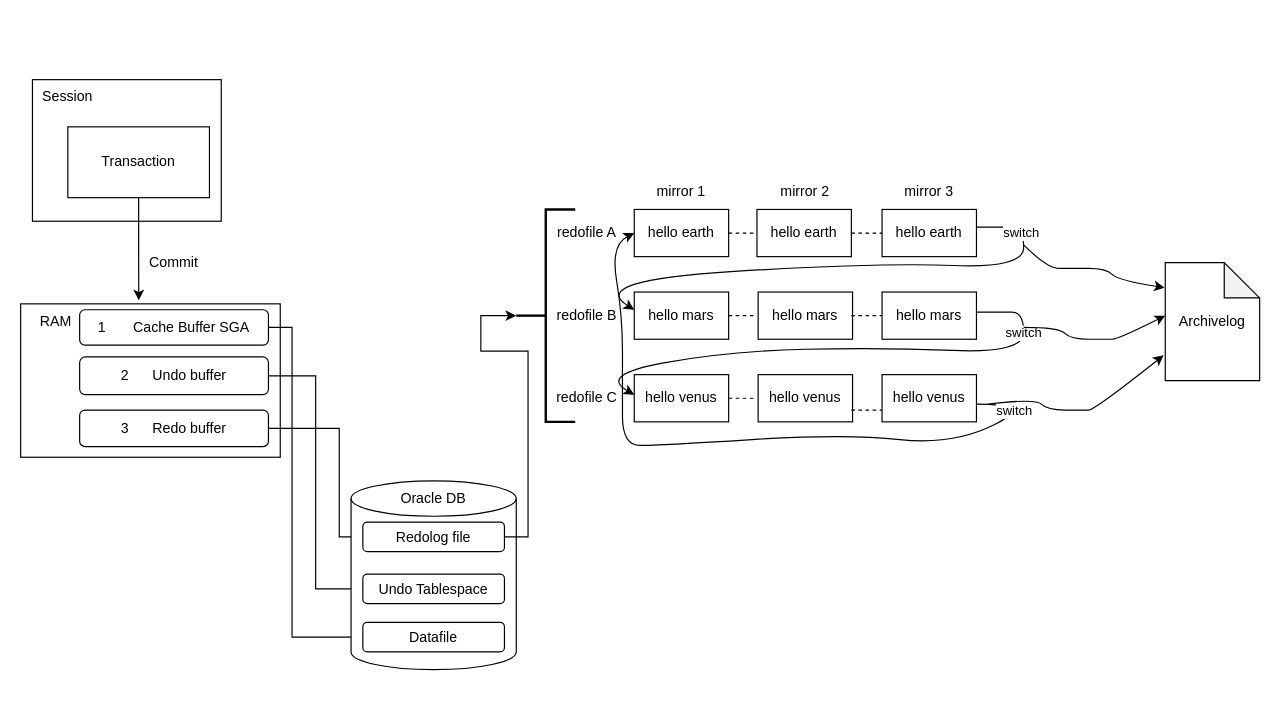
Above: AfterCommit_ORDB.drawio in Victor-Danilov/partech-internship (draw.io), before the change. Source tidied: cells renumbered, new cells numbered last; positions are measured from the earlier drawing's top-left corner, leaving out a move shared by most shapes. Both pictures are drawn from the tidied source at 118%, with x=0, y=0 at pixel (20, 79).
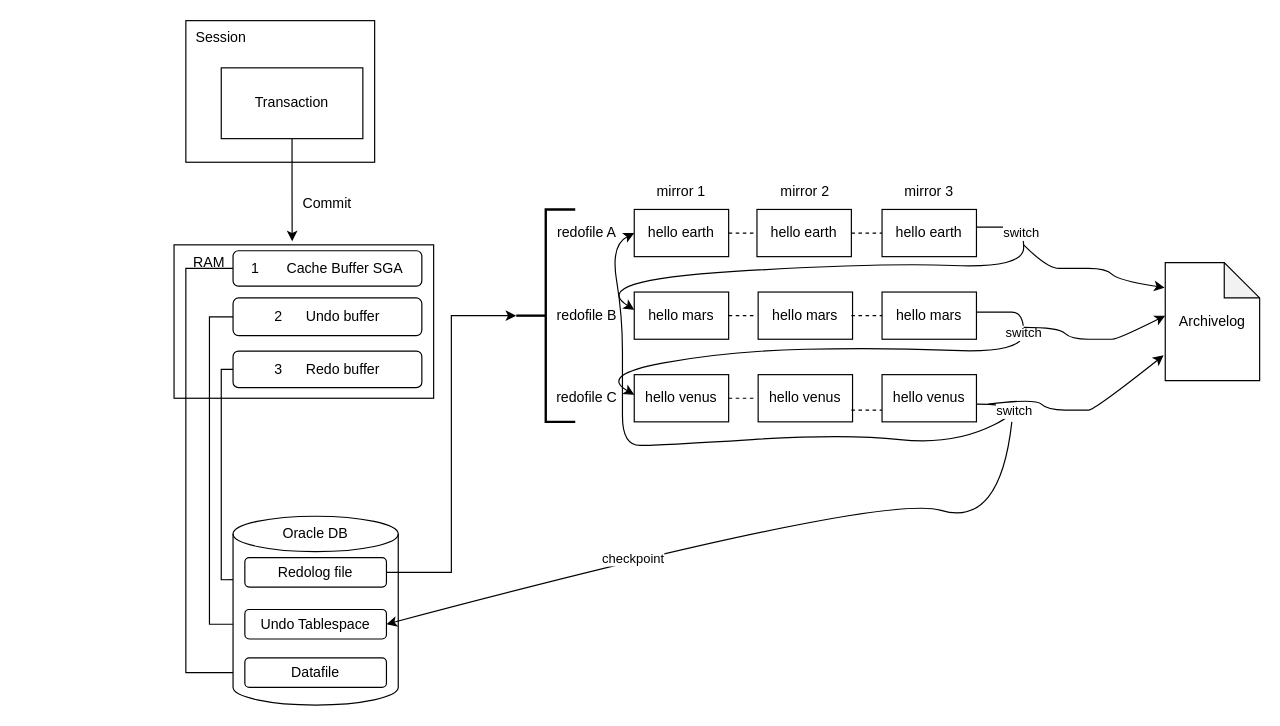
The same page after the edit.

The change refers to these unchanged cells:
```xml
<mxCell id="20" style="strokeWidth=2;html=1;shape=mxgraph.flowchart.annotation_2;align=left;labelPosition=right;" parent="1" vertex="1">
  <mxGeometry x="420" y="110" width="50" height="180" as="geometry" />
</mxCell>
```

The edit, as a diff of the source:
```diff
@@
     <mxCell id="2" style="rounded=0;whiteSpace=wrap;html=1;" parent="1" vertex="1">
-      <mxGeometry x="10" width="160" height="120" as="geometry" />
+      <mxGeometry x="140" y="-50" width="160" height="120" as="geometry" />
     </mxCell>
     <mxCell id="3" value="Session" style="text;html=1;align=center;verticalAlign=middle;whiteSpace=wrap;rounded=0;" parent="1" vertex="1">
-      <mxGeometry x="10" width="60" height="30" as="geometry" />
+      <mxGeometry x="140" y="-50" width="60" height="30" as="geometry" />
     </mxCell>
     <mxCell id="4" value="Transaction" style="rounded=0;whiteSpace=wrap;html=1;" parent="1" vertex="1">
-      <mxGeometry x="40" y="40" width="120" height="60" as="geometry" />
+      <mxGeometry x="170" y="-10" width="120" height="60" as="geometry" />
     </mxCell>
     <mxCell id="5" style="whiteSpace=wrap;html=1;rounded=0;" parent="1" vertex="1">
-      <mxGeometry y="190" width="220" height="130" as="geometry" />
+      <mxGeometry x="130" y="140" width="220" height="130" as="geometry" />
     </mxCell>
     <mxCell id="6" value="Commit" style="text;html=1;align=center;verticalAlign=middle;whiteSpace=wrap;rounded=0;" parent="1" vertex="1">
-      <mxGeometry x="100" y="140" width="60" height="30" as="geometry" />
+      <mxGeometry x="230" y="90" width="60" height="30" as="geometry" />
     </mxCell>
     <mxCell id="7" value="RAM" style="text;html=1;align=center;verticalAlign=middle;whiteSpace=wrap;rounded=0;" parent="1" vertex="1">
-      <mxGeometry y="190" width="60" height="30" as="geometry" />
+      <mxGeometry x="130" y="140" width="60" height="30" as="geometry" />
     </mxCell>
-    <mxCell id="8" style="edgeStyle=orthogonalEdgeStyle;rounded=0;jettySize=auto;html=1;exitX=1;exitY=0.5;exitDx=0;exitDy=0;entryX=0;entryY=0.5;entryDx=0;entryDy=0;" parent="1" edge="1" source="9" target="17">
+    <mxCell id="8" style="edgeStyle=orthogonalEdgeStyle;rounded=0;jettySize=auto;html=1;exitX=0;exitY=0.5;exitDx=0;exitDy=0;entryX=0;entryY=0.5;entryDx=0;entryDy=0;" parent="1" edge="1" source="9" target="17">
       <mxGeometry relative="1" as="geometry">
         <Array as="points">
-          <mxPoint x="230" y="210" />
-          <mxPoint x="230" y="473" />
+          <mxPoint x="140" y="160" />
+          <mxPoint x="140" y="503" />
         </Array>
       </mxGeometry>
     </mxCell>
     <mxCell id="9" value="1&lt;span style=&quot;white-space: pre;&quot;&gt;&#9;&lt;/span&gt; Cache Buffer SGA" style="rounded=1;whiteSpace=wrap;html=1;" parent="1" vertex="1">
-      <mxGeometry x="50" y="195" width="160" height="30" as="geometry" />
+      <mxGeometry x="180" y="145" width="160" height="30" as="geometry" />
     </mxCell>
-    <mxCell id="10" style="edgeStyle=orthogonalEdgeStyle;rounded=0;jettySize=auto;html=1;exitX=1;exitY=0.5;exitDx=0;exitDy=0;entryX=0;entryY=0.5;entryDx=0;entryDy=0;" parent="1" edge="1" source="11" target="16">
+    <mxCell id="10" style="edgeStyle=orthogonalEdgeStyle;rounded=0;jettySize=auto;html=1;exitX=0;exitY=0.5;exitDx=0;exitDy=0;entryX=0;entryY=0.5;entryDx=0;entryDy=0;" parent="1" edge="1" source="11" target="16">
       <mxGeometry relative="1" as="geometry" />
     </mxCell>
     <mxCell id="11" value="2&lt;span style=&quot;white-space: pre;&quot;&gt;&#9;&lt;/span&gt;Undo buffer" style="rounded=1;whiteSpace=wrap;html=1;" parent="1" vertex="1">
-      <mxGeometry x="50" y="235" width="160" height="32" as="geometry" />
+      <mxGeometry x="180" y="185" width="160" height="32" as="geometry" />
     </mxCell>
-    <mxCell id="12" style="edgeStyle=orthogonalEdgeStyle;rounded=0;jettySize=auto;html=1;exitX=1;exitY=0.5;exitDx=0;exitDy=0;entryX=0;entryY=0.5;entryDx=0;entryDy=0;" parent="1" edge="1" source="13" target="15">
+    <mxCell id="12" style="edgeStyle=orthogonalEdgeStyle;rounded=0;jettySize=auto;html=1;exitX=0;exitY=0.5;exitDx=0;exitDy=0;entryX=0;entryY=0.75;entryDx=0;entryDy=0;" parent="1" edge="1" source="13" target="15">
       <mxGeometry relative="1" as="geometry">
         <Array as="points">
-          <mxPoint x="270" y="296" />
-          <mxPoint x="270" y="388" />
+          <mxPoint x="170" y="246" />
+          <mxPoint x="170" y="424" />
         </Array>
       </mxGeometry>
     </mxCell>
     <mxCell id="13" value="3 &lt;span style=&quot;white-space: pre;&quot;&gt;&#9;&lt;/span&gt;Redo buffer" style="rounded=1;whiteSpace=wrap;html=1;" parent="1" vertex="1">
-      <mxGeometry x="50" y="280" width="160" height="31" as="geometry" />
+      <mxGeometry x="180" y="230" width="160" height="31" as="geometry" />
     </mxCell>
     <mxCell id="14" style="shape=cylinder3;whiteSpace=wrap;html=1;boundedLbl=1;backgroundOutline=1;size=15;" parent="1" vertex="1">
-      <mxGeometry x="280" y="340" width="140" height="160" as="geometry" />
+      <mxGeometry x="180" y="370" width="140" height="160" as="geometry" />
     </mxCell>
     <mxCell id="15" value="Redolog file" style="rounded=1;whiteSpace=wrap;html=1;" parent="1" vertex="1">
-      <mxGeometry x="290" y="375" width="120" height="25" as="geometry" />
+      <mxGeometry x="190" y="405" width="120" height="25" as="geometry" />
     </mxCell>
     <mxCell id="16" value="Undo Tablespace" style="rounded=1;whiteSpace=wrap;html=1;" parent="1" vertex="1">
-      <mxGeometry x="290" y="419" width="120" height="25" as="geometry" />
+      <mxGeometry x="190" y="449" width="120" height="25" as="geometry" />
     </mxCell>
     <mxCell id="17" value="Datafile" style="rounded=1;whiteSpace=wrap;html=1;" parent="1" vertex="1">
-      <mxGeometry x="290" y="460" width="120" height="25" as="geometry" />
+      <mxGeometry x="190" y="490" width="120" height="25" as="geometry" />
     </mxCell>
     <mxCell id="18" value="Oracle DB" style="text;html=1;align=center;verticalAlign=middle;whiteSpace=wrap;rounded=0;" parent="1" vertex="1">
-      <mxGeometry x="320" y="340" width="60" height="30" as="geometry" />
+      <mxGeometry x="220" y="370" width="60" height="30" as="geometry" />
     </mxCell>
@@
-    <mxCell id="34" style="edgeStyle=orthogonalEdgeStyle;rounded=0;jettySize=auto;html=1;exitX=1;exitY=0.5;exitDx=0;exitDy=0;entryX=0;entryY=0.5;entryDx=0;entryDy=0;entryPerimeter=0;" parent="1" edge="1" source="15" target="20">
-      <mxGeometry relative="1" as="geometry">
-        <Array as="points">
-          <mxPoint x="430" y="388" />
-          <mxPoint x="430" y="230" />
-          <mxPoint x="390" y="230" />
-          <mxPoint x="390" y="200" />
-        </Array>
-      </mxGeometry>
-    </mxCell>
@@
+    <mxCell id="54" style="curved=1;endArrow=classic;html=1;rounded=0;entryX=1;entryY=0.5;entryDx=0;entryDy=0;" parent="1" edge="1" target="16">
+      <mxGeometry relative="1" as="geometry">
+        <mxPoint x="840" y="290" as="sourcePoint" />
+        <Array as="points">
+          <mxPoint x="830" y="380" />
+          <mxPoint x="730" y="350" />
+        </Array>
+      </mxGeometry>
+    </mxCell>
+    <mxCell id="55" value="&lt;div&gt;checkpoint&lt;/div&gt;" style="edgeLabel;html=1;align=center;verticalAlign=middle;" parent="54" vertex="1">
+      <mxGeometry x="0.07" y="21" relative="1" as="geometry">
+        <mxPoint x="-80" y="-1" as="offset" />
+      </mxGeometry>
+    </mxCell>
+    <mxCell id="34" style="edgeStyle=orthogonalEdgeStyle;rounded=0;jettySize=auto;html=1;exitX=1;exitY=0.5;exitDx=0;exitDy=0;entryX=0;entryY=0.5;entryDx=0;entryDy=0;entryPerimeter=0;" parent="1" edge="1" source="15" target="20">
+      <mxGeometry relative="1" as="geometry" />
+    </mxCell>
```
